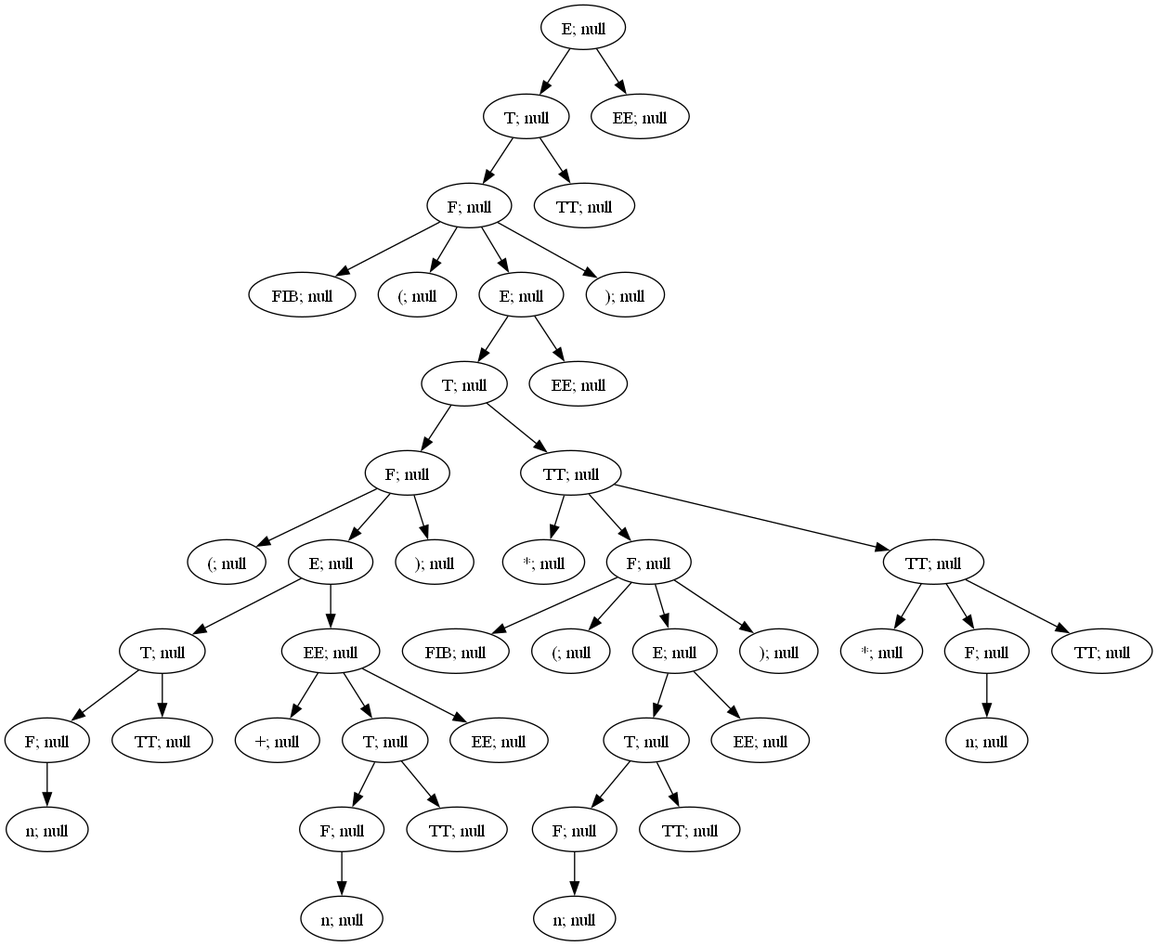
The Graphviz diagram lab4/graphA4.png in Ultimatereo/MT, before a commit. Its source is kept beside it as lab4/graphA4.dot. The source it was exported from:
```dot
digraph ParserResult {
"NonTerminal[name=E]_117" [label="E; null"]
"NonTerminal[name=T]_115" [label="T; null"]
"NonTerminal[name=E]_117"->"NonTerminal[name=T]_115";
"NonTerminal[name=T]_115" [label="T; null"]
"NonTerminal[name=F]_113" [label="F; null"]
"NonTerminal[name=T]_115"->"NonTerminal[name=F]_113";
"NonTerminal[name=F]_113" [label="F; null"]
"Token{name='FIB', value='fib'}_75" [label="FIB; null"]
"NonTerminal[name=F]_113"->"Token{name='FIB', value='fib'}_75";
"Token{name='FIB', value='fib'}_75" [label="FIB; null"]
"Token{name='(', value='('}_76" [label="(; null"]
"NonTerminal[name=F]_113"->"Token{name='(', value='('}_76";
"Token{name='(', value='('}_76" [label="(; null"]
"NonTerminal[name=E]_111" [label="E; null"]
"NonTerminal[name=F]_113"->"NonTerminal[name=E]_111";
"NonTerminal[name=E]_111" [label="E; null"]
"NonTerminal[name=T]_109" [label="T; null"]
"NonTerminal[name=E]_111"->"NonTerminal[name=T]_109";
"NonTerminal[name=T]_109" [label="T; null"]
"NonTerminal[name=F]_91" [label="F; null"]
"NonTerminal[name=T]_109"->"NonTerminal[name=F]_91";
"NonTerminal[name=F]_91" [label="F; null"]
"Token{name='(', value='('}_77" [label="(; null"]
"NonTerminal[name=F]_91"->"Token{name='(', value='('}_77";
"Token{name='(', value='('}_77" [label="(; null"]
"NonTerminal[name=E]_89" [label="E; null"]
"NonTerminal[name=F]_91"->"NonTerminal[name=E]_89";
"NonTerminal[name=E]_89" [label="E; null"]
"NonTerminal[name=T]_81" [label="T; null"]
"NonTerminal[name=E]_89"->"NonTerminal[name=T]_81";
"NonTerminal[name=T]_81" [label="T; null"]
"NonTerminal[name=F]_79" [label="F; null"]
"NonTerminal[name=T]_81"->"NonTerminal[name=F]_79";
"NonTerminal[name=F]_79" [label="F; null"]
"Token{name='n', value='1'}_78" [label="n; null"]
"NonTerminal[name=F]_79"->"Token{name='n', value='1'}_78";
"Token{name='n', value='1'}_78" [label="n; null"]
"NonTerminal[name=TT]_80" [label="TT; null"]
"NonTerminal[name=T]_81"->"NonTerminal[name=TT]_80";
"NonTerminal[name=TT]_80" [label="TT; null"]
"NonTerminal[name=EE]_88" [label="EE; null"]
"NonTerminal[name=E]_89"->"NonTerminal[name=EE]_88";
"NonTerminal[name=EE]_88" [label="EE; null"]
"Token{name='+', value='+'}_82" [label="+; null"]
"NonTerminal[name=EE]_88"->"Token{name='+', value='+'}_82";
"Token{name='+', value='+'}_82" [label="+; null"]
"NonTerminal[name=T]_86" [label="T; null"]
"NonTerminal[name=EE]_88"->"NonTerminal[name=T]_86";
"NonTerminal[name=T]_86" [label="T; null"]
"NonTerminal[name=F]_84" [label="F; null"]
"NonTerminal[name=T]_86"->"NonTerminal[name=F]_84";
"NonTerminal[name=F]_84" [label="F; null"]
"Token{name='n', value='2'}_83" [label="n; null"]
"NonTerminal[name=F]_84"->"Token{name='n', value='2'}_83";
"Token{name='n', value='2'}_83" [label="n; null"]
"NonTerminal[name=TT]_85" [label="TT; null"]
"NonTerminal[name=T]_86"->"NonTerminal[name=TT]_85";
"NonTerminal[name=TT]_85" [label="TT; null"]
"NonTerminal[name=EE]_87" [label="EE; null"]
"NonTerminal[name=EE]_88"->"NonTerminal[name=EE]_87";
"NonTerminal[name=EE]_87" [label="EE; null"]
"Token{name=')', value=')'}_90" [label="); null"]
"NonTerminal[name=F]_91"->"Token{name=')', value=')'}_90";
"Token{name=')', value=')'}_90" [label="); null"]
"NonTerminal[name=TT]_108" [label="TT; null"]
"NonTerminal[name=T]_109"->"NonTerminal[name=TT]_108";
"NonTerminal[name=TT]_108" [label="TT; null"]
"Token{name='*', value='*'}_92" [label="*; null"]
"NonTerminal[name=TT]_108"->"Token{name='*', value='*'}_92";
"Token{name='*', value='*'}_92" [label="*; null"]
"NonTerminal[name=F]_102" [label="F; null"]
"NonTerminal[name=TT]_108"->"NonTerminal[name=F]_102";
"NonTerminal[name=F]_102" [label="F; null"]
"Token{name='FIB', value='fib'}_93" [label="FIB; null"]
"NonTerminal[name=F]_102"->"Token{name='FIB', value='fib'}_93";
"Token{name='FIB', value='fib'}_93" [label="FIB; null"]
"Token{name='(', value='('}_94" [label="(; null"]
"NonTerminal[name=F]_102"->"Token{name='(', value='('}_94";
"Token{name='(', value='('}_94" [label="(; null"]
"NonTerminal[name=E]_100" [label="E; null"]
"NonTerminal[name=F]_102"->"NonTerminal[name=E]_100";
"NonTerminal[name=E]_100" [label="E; null"]
"NonTerminal[name=T]_98" [label="T; null"]
"NonTerminal[name=E]_100"->"NonTerminal[name=T]_98";
"NonTerminal[name=T]_98" [label="T; null"]
"NonTerminal[name=F]_96" [label="F; null"]
"NonTerminal[name=T]_98"->"NonTerminal[name=F]_96";
"NonTerminal[name=F]_96" [label="F; null"]
"Token{name='n', value='3'}_95" [label="n; null"]
"NonTerminal[name=F]_96"->"Token{name='n', value='3'}_95";
"Token{name='n', value='3'}_95" [label="n; null"]
"NonTerminal[name=TT]_97" [label="TT; null"]
"NonTerminal[name=T]_98"->"NonTerminal[name=TT]_97";
"NonTerminal[name=TT]_97" [label="TT; null"]
"NonTerminal[name=EE]_99" [label="EE; null"]
"NonTerminal[name=E]_100"->"NonTerminal[name=EE]_99";
"NonTerminal[name=EE]_99" [label="EE; null"]
"Token{name=')', value=')'}_101" [label="); null"]
"NonTerminal[name=F]_102"->"Token{name=')', value=')'}_101";
"Token{name=')', value=')'}_101" [label="); null"]
"NonTerminal[name=TT]_107" [label="TT; null"]
"NonTerminal[name=TT]_108"->"NonTerminal[name=TT]_107";
"NonTerminal[name=TT]_107" [label="TT; null"]
"Token{name='*', value='*'}_103" [label="*; null"]
"NonTerminal[name=TT]_107"->"Token{name='*', value='*'}_103";
"Token{name='*', value='*'}_103" [label="*; null"]
"NonTerminal[name=F]_105" [label="F; null"]
"NonTerminal[name=TT]_107"->"NonTerminal[name=F]_105";
"NonTerminal[name=F]_105" [label="F; null"]
"Token{name='n', value='2'}_104" [label="n; null"]
"NonTerminal[name=F]_105"->"Token{name='n', value='2'}_104";
"Token{name='n', value='2'}_104" [label="n; null"]
"NonTerminal[name=TT]_106" [label="TT; null"]
"NonTerminal[name=TT]_107"->"NonTerminal[name=TT]_106";
"NonTerminal[name=TT]_106" [label="TT; null"]
"NonTerminal[name=EE]_110" [label="EE; null"]
"NonTerminal[name=E]_111"->"NonTerminal[name=EE]_110";
"NonTerminal[name=EE]_110" [label="EE; null"]
"Token{name=')', value=')'}_112" [label="); null"]
"NonTerminal[name=F]_113"->"Token{name=')', value=')'}_112";
"Token{name=')', value=')'}_112" [label="); null"]
"NonTerminal[name=TT]_114" [label="TT; null"]
"NonTerminal[name=T]_115"->"NonTerminal[name=TT]_114";
"NonTerminal[name=TT]_114" [label="TT; null"]
"NonTerminal[name=EE]_116" [label="EE; null"]
"NonTerminal[name=E]_117"->"NonTerminal[name=EE]_116";
"NonTerminal[name=EE]_116" [label="EE; null"]
}
```
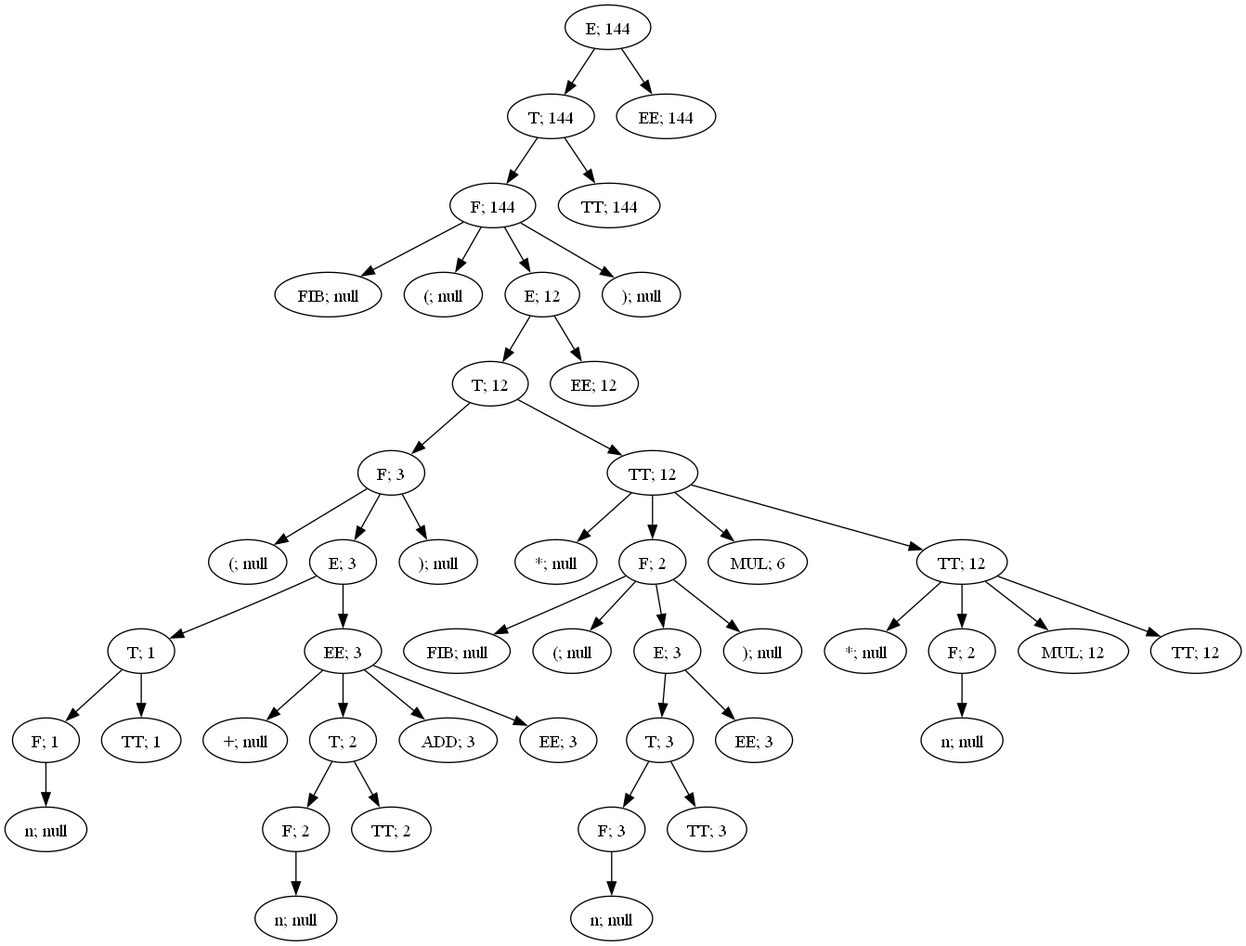
After the change.

Diff of the diagram source:
```diff
@@ -1,129 +1,138 @@
 digraph ParserResult {
-"NonTerminal[name=E]_117" [label="E; null"]
-"NonTerminal[name=T]_115" [label="T; null"]
-"NonTerminal[name=E]_117"->"NonTerminal[name=T]_115";
-"NonTerminal[name=T]_115" [label="T; null"]
-"NonTerminal[name=F]_113" [label="F; null"]
-"NonTerminal[name=T]_115"->"NonTerminal[name=F]_113";
-"NonTerminal[name=F]_113" [label="F; null"]
-"Token{name='FIB', value='fib'}_75" [label="FIB; null"]
-"NonTerminal[name=F]_113"->"Token{name='FIB', value='fib'}_75";
-"Token{name='FIB', value='fib'}_75" [label="FIB; null"]
-"Token{name='(', value='('}_76" [label="(; null"]
-"NonTerminal[name=F]_113"->"Token{name='(', value='('}_76";
-"Token{name='(', value='('}_76" [label="(; null"]
-"NonTerminal[name=E]_111" [label="E; null"]
-"NonTerminal[name=F]_113"->"NonTerminal[name=E]_111";
-"NonTerminal[name=E]_111" [label="E; null"]
-"NonTerminal[name=T]_109" [label="T; null"]
-"NonTerminal[name=E]_111"->"NonTerminal[name=T]_109";
-"NonTerminal[name=T]_109" [label="T; null"]
-"NonTerminal[name=F]_91" [label="F; null"]
-"NonTerminal[name=T]_109"->"NonTerminal[name=F]_91";
-"NonTerminal[name=F]_91" [label="F; null"]
-"Token{name='(', value='('}_77" [label="(; null"]
-"NonTerminal[name=F]_91"->"Token{name='(', value='('}_77";
-"Token{name='(', value='('}_77" [label="(; null"]
-"NonTerminal[name=E]_89" [label="E; null"]
-"NonTerminal[name=F]_91"->"NonTerminal[name=E]_89";
-"NonTerminal[name=E]_89" [label="E; null"]
-"NonTerminal[name=T]_81" [label="T; null"]
-"NonTerminal[name=E]_89"->"NonTerminal[name=T]_81";
-"NonTerminal[name=T]_81" [label="T; null"]
-"NonTerminal[name=F]_79" [label="F; null"]
-"NonTerminal[name=T]_81"->"NonTerminal[name=F]_79";
-"NonTerminal[name=F]_79" [label="F; null"]
-"Token{name='n', value='1'}_78" [label="n; null"]
-"NonTerminal[name=F]_79"->"Token{name='n', value='1'}_78";
-"Token{name='n', value='1'}_78" [label="n; null"]
-"NonTerminal[name=TT]_80" [label="TT; null"]
-"NonTerminal[name=T]_81"->"NonTerminal[name=TT]_80";
-"NonTerminal[name=TT]_80" [label="TT; null"]
-"NonTerminal[name=EE]_88" [label="EE; null"]
-"NonTerminal[name=E]_89"->"NonTerminal[name=EE]_88";
-"NonTerminal[name=EE]_88" [label="EE; null"]
-"Token{name='+', value='+'}_82" [label="+; null"]
-"NonTerminal[name=EE]_88"->"Token{name='+', value='+'}_82";
-"Token{name='+', value='+'}_82" [label="+; null"]
-"NonTerminal[name=T]_86" [label="T; null"]
-"NonTerminal[name=EE]_88"->"NonTerminal[name=T]_86";
-"NonTerminal[name=T]_86" [label="T; null"]
-"NonTerminal[name=F]_84" [label="F; null"]
-"NonTerminal[name=T]_86"->"NonTerminal[name=F]_84";
-"NonTerminal[name=F]_84" [label="F; null"]
-"Token{name='n', value='2'}_83" [label="n; null"]
-"NonTerminal[name=F]_84"->"Token{name='n', value='2'}_83";
-"Token{name='n', value='2'}_83" [label="n; null"]
-"NonTerminal[name=TT]_85" [label="TT; null"]
-"NonTerminal[name=T]_86"->"NonTerminal[name=TT]_85";
-"NonTerminal[name=TT]_85" [label="TT; null"]
-"NonTerminal[name=EE]_87" [label="EE; null"]
-"NonTerminal[name=EE]_88"->"NonTerminal[name=EE]_87";
-"NonTerminal[name=EE]_87" [label="EE; null"]
-"Token{name=')', value=')'}_90" [label="); null"]
-"NonTerminal[name=F]_91"->"Token{name=')', value=')'}_90";
-"Token{name=')', value=')'}_90" [label="); null"]
-"NonTerminal[name=TT]_108" [label="TT; null"]
-"NonTerminal[name=T]_109"->"NonTerminal[name=TT]_108";
-"NonTerminal[name=TT]_108" [label="TT; null"]
-"Token{name='*', value='*'}_92" [label="*; null"]
-"NonTerminal[name=TT]_108"->"Token{name='*', value='*'}_92";
-"Token{name='*', value='*'}_92" [label="*; null"]
-"NonTerminal[name=F]_102" [label="F; null"]
-"NonTerminal[name=TT]_108"->"NonTerminal[name=F]_102";
-"NonTerminal[name=F]_102" [label="F; null"]
-"Token{name='FIB', value='fib'}_93" [label="FIB; null"]
-"NonTerminal[name=F]_102"->"Token{name='FIB', value='fib'}_93";
-"Token{name='FIB', value='fib'}_93" [label="FIB; null"]
-"Token{name='(', value='('}_94" [label="(; null"]
-"NonTerminal[name=F]_102"->"Token{name='(', value='('}_94";
-"Token{name='(', value='('}_94" [label="(; null"]
-"NonTerminal[name=E]_100" [label="E; null"]
-"NonTerminal[name=F]_102"->"NonTerminal[name=E]_100";
-"NonTerminal[name=E]_100" [label="E; null"]
-"NonTerminal[name=T]_98" [label="T; null"]
-"NonTerminal[name=E]_100"->"NonTerminal[name=T]_98";
-"NonTerminal[name=T]_98" [label="T; null"]
-"NonTerminal[name=F]_96" [label="F; null"]
-"NonTerminal[name=T]_98"->"NonTerminal[name=F]_96";
-"NonTerminal[name=F]_96" [label="F; null"]
-"Token{name='n', value='3'}_95" [label="n; null"]
-"NonTerminal[name=F]_96"->"Token{name='n', value='3'}_95";
-"Token{name='n', value='3'}_95" [label="n; null"]
-"NonTerminal[name=TT]_97" [label="TT; null"]
-"NonTerminal[name=T]_98"->"NonTerminal[name=TT]_97";
-"NonTerminal[name=TT]_97" [label="TT; null"]
-"NonTerminal[name=EE]_99" [label="EE; null"]
-"NonTerminal[name=E]_100"->"NonTerminal[name=EE]_99";
-"NonTerminal[name=EE]_99" [label="EE; null"]
-"Token{name=')', value=')'}_101" [label="); null"]
-"NonTerminal[name=F]_102"->"Token{name=')', value=')'}_101";
-"Token{name=')', value=')'}_101" [label="); null"]
-"NonTerminal[name=TT]_107" [label="TT; null"]
-"NonTerminal[name=TT]_108"->"NonTerminal[name=TT]_107";
-"NonTerminal[name=TT]_107" [label="TT; null"]
-"Token{name='*', value='*'}_103" [label="*; null"]
-"NonTerminal[name=TT]_107"->"Token{name='*', value='*'}_103";
-"Token{name='*', value='*'}_103" [label="*; null"]
-"NonTerminal[name=F]_105" [label="F; null"]
-"NonTerminal[name=TT]_107"->"NonTerminal[name=F]_105";
-"NonTerminal[name=F]_105" [label="F; null"]
-"Token{name='n', value='2'}_104" [label="n; null"]
-"NonTerminal[name=F]_105"->"Token{name='n', value='2'}_104";
-"Token{name='n', value='2'}_104" [label="n; null"]
-"NonTerminal[name=TT]_106" [label="TT; null"]
-"NonTerminal[name=TT]_107"->"NonTerminal[name=TT]_106";
-"NonTerminal[name=TT]_106" [label="TT; null"]
-"NonTerminal[name=EE]_110" [label="EE; null"]
-"NonTerminal[name=E]_111"->"NonTerminal[name=EE]_110";
-"NonTerminal[name=EE]_110" [label="EE; null"]
-"Token{name=')', value=')'}_112" [label="); null"]
-"NonTerminal[name=F]_113"->"Token{name=')', value=')'}_112";
-"Token{name=')', value=')'}_112" [label="); null"]
-"NonTerminal[name=TT]_114" [label="TT; null"]
-"NonTerminal[name=T]_115"->"NonTerminal[name=TT]_114";
-"NonTerminal[name=TT]_114" [label="TT; null"]
-"NonTerminal[name=EE]_116" [label="EE; null"]
-"NonTerminal[name=E]_117"->"NonTerminal[name=EE]_116";
-"NonTerminal[name=EE]_116" [label="EE; null"]
+"NonTerminal[name=E]_126" [label="E; 144"]
+"NonTerminal[name=T]_124" [label="T; 144"]
+"NonTerminal[name=E]_126"->"NonTerminal[name=T]_124";
+"NonTerminal[name=T]_124" [label="T; 144"]
+"NonTerminal[name=F]_122" [label="F; 144"]
+"NonTerminal[name=T]_124"->"NonTerminal[name=F]_122";
+"NonTerminal[name=F]_122" [label="F; 144"]
+"Token{name='FIB', value='fib'}_81" [label="FIB; null"]
+"NonTerminal[name=F]_122"->"Token{name='FIB', value='fib'}_81";
+"Token{name='FIB', value='fib'}_81" [label="FIB; null"]
+"Token{name='(', value='('}_82" [label="(; null"]
+"NonTerminal[name=F]_122"->"Token{name='(', value='('}_82";
+"Token{name='(', value='('}_82" [label="(; null"]
+"NonTerminal[name=E]_120" [label="E; 12"]
+"NonTerminal[name=F]_122"->"NonTerminal[name=E]_120";
+"NonTerminal[name=E]_120" [label="E; 12"]
+"NonTerminal[name=T]_118" [label="T; 12"]
+"NonTerminal[name=E]_120"->"NonTerminal[name=T]_118";
+"NonTerminal[name=T]_118" [label="T; 12"]
+"NonTerminal[name=F]_98" [label="F; 3"]
+"NonTerminal[name=T]_118"->"NonTerminal[name=F]_98";
+"NonTerminal[name=F]_98" [label="F; 3"]
+"Token{name='(', value='('}_83" [label="(; null"]
+"NonTerminal[name=F]_98"->"Token{name='(', value='('}_83";
+"Token{name='(', value='('}_83" [label="(; null"]
+"NonTerminal[name=E]_96" [label="E; 3"]
+"NonTerminal[name=F]_98"->"NonTerminal[name=E]_96";
+"NonTerminal[name=E]_96" [label="E; 3"]
+"NonTerminal[name=T]_87" [label="T; 1"]
+"NonTerminal[name=E]_96"->"NonTerminal[name=T]_87";
+"NonTerminal[name=T]_87" [label="T; 1"]
+"NonTerminal[name=F]_85" [label="F; 1"]
+"NonTerminal[name=T]_87"->"NonTerminal[name=F]_85";
+"NonTerminal[name=F]_85" [label="F; 1"]
+"Token{name='n', value='1'}_84" [label="n; null"]
+"NonTerminal[name=F]_85"->"Token{name='n', value='1'}_84";
+"Token{name='n', value='1'}_84" [label="n; null"]
+"NonTerminal[name=TT]_86" [label="TT; 1"]
+"NonTerminal[name=T]_87"->"NonTerminal[name=TT]_86";
+"NonTerminal[name=TT]_86" [label="TT; 1"]
+"NonTerminal[name=EE]_95" [label="EE; 3"]
+"NonTerminal[name=E]_96"->"NonTerminal[name=EE]_95";
+"NonTerminal[name=EE]_95" [label="EE; 3"]
+"Token{name='+', value='+'}_88" [label="+; null"]
+"NonTerminal[name=EE]_95"->"Token{name='+', value='+'}_88";
+"Token{name='+', value='+'}_88" [label="+; null"]
+"NonTerminal[name=T]_92" [label="T; 2"]
+"NonTerminal[name=EE]_95"->"NonTerminal[name=T]_92";
+"NonTerminal[name=T]_92" [label="T; 2"]
+"NonTerminal[name=F]_90" [label="F; 2"]
+"NonTerminal[name=T]_92"->"NonTerminal[name=F]_90";
+"NonTerminal[name=F]_90" [label="F; 2"]
+"Token{name='n', value='2'}_89" [label="n; null"]
+"NonTerminal[name=F]_90"->"Token{name='n', value='2'}_89";
+"Token{name='n', value='2'}_89" [label="n; null"]
+"NonTerminal[name=TT]_91" [label="TT; 2"]
+"NonTerminal[name=T]_92"->"NonTerminal[name=TT]_91";
+"NonTerminal[name=TT]_91" [label="TT; 2"]
+"NonTerminal[name=ADD]_93" [label="ADD; 3"]
+"NonTerminal[name=EE]_95"->"NonTerminal[name=ADD]_93";
+"NonTerminal[name=ADD]_93" [label="ADD; 3"]
+"NonTerminal[name=EE]_94" [label="EE; 3"]
+"NonTerminal[name=EE]_95"->"NonTerminal[name=EE]_94";
+"NonTerminal[name=EE]_94" [label="EE; 3"]
+"Token{name=')', value=')'}_97" [label="); null"]
+"NonTerminal[name=F]_98"->"Token{name=')', value=')'}_97";
+"Token{name=')', value=')'}_97" [label="); null"]
+"NonTerminal[name=TT]_117" [label="TT; 12"]
+"NonTerminal[name=T]_118"->"NonTerminal[name=TT]_117";
+"NonTerminal[name=TT]_117" [label="TT; 12"]
+"Token{name='*', value='*'}_99" [label="*; null"]
+"NonTerminal[name=TT]_117"->"Token{name='*', value='*'}_99";
+"Token{name='*', value='*'}_99" [label="*; null"]
+"NonTerminal[name=F]_109" [label="F; 2"]
+"NonTerminal[name=TT]_117"->"NonTerminal[name=F]_109";
+"NonTerminal[name=F]_109" [label="F; 2"]
+"Token{name='FIB', value='fib'}_100" [label="FIB; null"]
+"NonTerminal[name=F]_109"->"Token{name='FIB', value='fib'}_100";
+"Token{name='FIB', value='fib'}_100" [label="FIB; null"]
+"Token{name='(', value='('}_101" [label="(; null"]
+"NonTerminal[name=F]_109"->"Token{name='(', value='('}_101";
+"Token{name='(', value='('}_101" [label="(; null"]
+"NonTerminal[name=E]_107" [label="E; 3"]
+"NonTerminal[name=F]_109"->"NonTerminal[name=E]_107";
+"NonTerminal[name=E]_107" [label="E; 3"]
+"NonTerminal[name=T]_105" [label="T; 3"]
+"NonTerminal[name=E]_107"->"NonTerminal[name=T]_105";
+"NonTerminal[name=T]_105" [label="T; 3"]
+"NonTerminal[name=F]_103" [label="F; 3"]
+"NonTerminal[name=T]_105"->"NonTerminal[name=F]_103";
+"NonTerminal[name=F]_103" [label="F; 3"]
+"Token{name='n', value='3'}_102" [label="n; null"]
+"NonTerminal[name=F]_103"->"Token{name='n', value='3'}_102";
+"Token{name='n', value='3'}_102" [label="n; null"]
+"NonTerminal[name=TT]_104" [label="TT; 3"]
+"NonTerminal[name=T]_105"->"NonTerminal[name=TT]_104";
+"NonTerminal[name=TT]_104" [label="TT; 3"]
+"NonTerminal[name=EE]_106" [label="EE; 3"]
+"NonTerminal[name=E]_107"->"NonTerminal[name=EE]_106";
+"NonTerminal[name=EE]_106" [label="EE; 3"]
+"Token{name=')', value=')'}_108" [label="); null"]
+"NonTerminal[name=F]_109"->"Token{name=')', value=')'}_108";
+"Token{name=')', value=')'}_108" [label="); null"]
+"NonTerminal[name=MUL]_110" [label="MUL; 6"]
+"NonTerminal[name=TT]_117"->"NonTerminal[name=MUL]_110";
+"NonTerminal[name=MUL]_110" [label="MUL; 6"]
+"NonTerminal[name=TT]_116" [label="TT; 12"]
+"NonTerminal[name=TT]_117"->"NonTerminal[name=TT]_116";
+"NonTerminal[name=TT]_116" [label="TT; 12"]
+"Token{name='*', value='*'}_111" [label="*; null"]
+"NonTerminal[name=TT]_116"->"Token{name='*', value='*'}_111";
+"Token{name='*', value='*'}_111" [label="*; null"]
+"NonTerminal[name=F]_113" [label="F; 2"]
+"NonTerminal[name=TT]_116"->"NonTerminal[name=F]_113";
+"NonTerminal[name=F]_113" [label="F; 2"]
+"Token{name='n', value='2'}_112" [label="n; null"]
+"NonTerminal[name=F]_113"->"Token{name='n', value='2'}_112";
+"Token{name='n', value='2'}_112" [label="n; null"]
+"NonTerminal[name=MUL]_114" [label="MUL; 12"]
+"NonTerminal[name=TT]_116"->"NonTerminal[name=MUL]_114";
+"NonTerminal[name=MUL]_114" [label="MUL; 12"]
+"NonTerminal[name=TT]_115" [label="TT; 12"]
+"NonTerminal[name=TT]_116"->"NonTerminal[name=TT]_115";
+"NonTerminal[name=TT]_115" [label="TT; 12"]
+"NonTerminal[name=EE]_119" [label="EE; 12"]
+"NonTerminal[name=E]_120"->"NonTerminal[name=EE]_119";
+"NonTerminal[name=EE]_119" [label="EE; 12"]
+"Token{name=')', value=')'}_121" [label="); null"]
+"NonTerminal[name=F]_122"->"Token{name=')', value=')'}_121";
+"Token{name=')', value=')'}_121" [label="); null"]
+"NonTerminal[name=TT]_123" [label="TT; 144"]
+"NonTerminal[name=T]_124"->"NonTerminal[name=TT]_123";
+"NonTerminal[name=TT]_123" [label="TT; 144"]
+"NonTerminal[name=EE]_125" [label="EE; 144"]
+"NonTerminal[name=E]_126"->"NonTerminal[name=EE]_125";
+"NonTerminal[name=EE]_125" [label="EE; 144"]
 }
```
